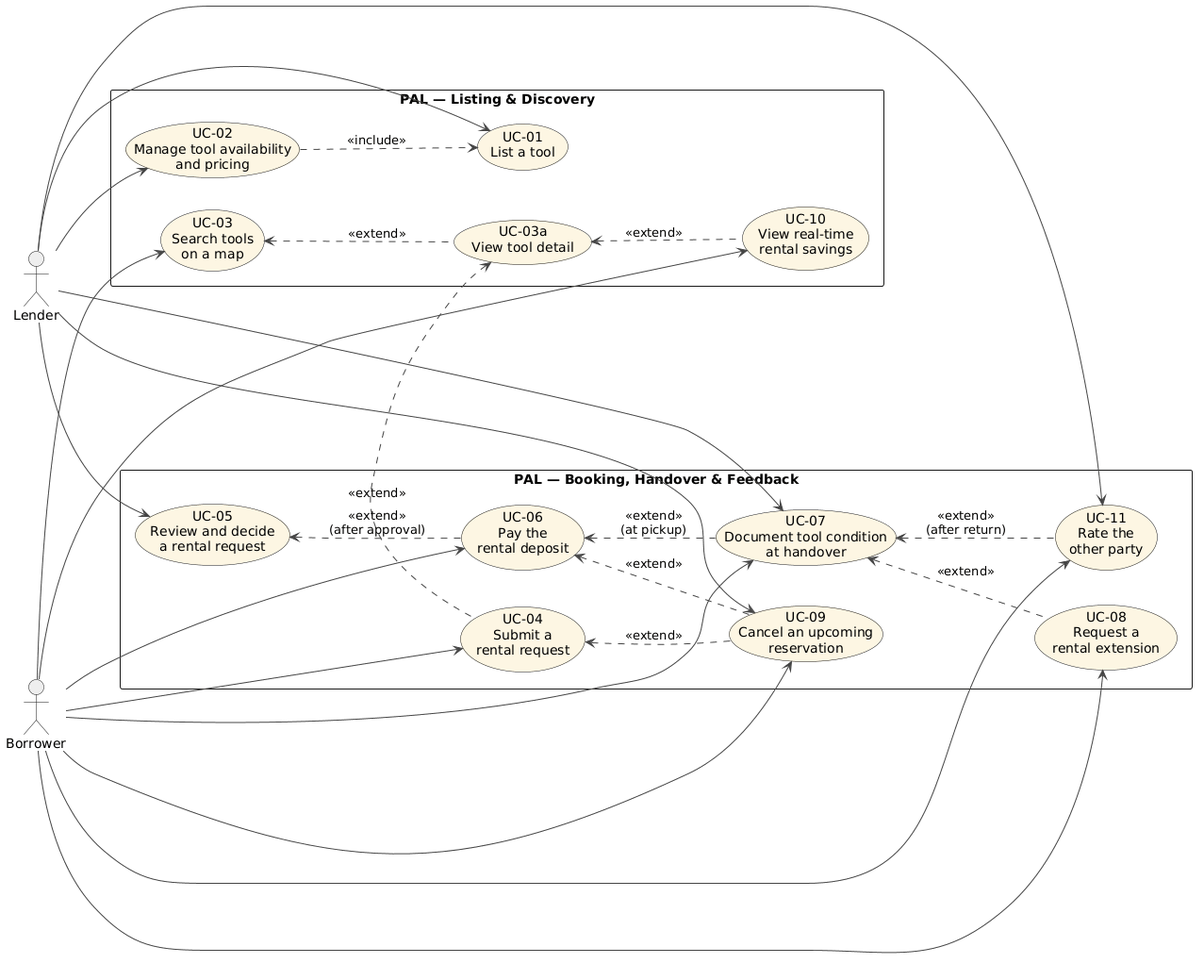
The PlantUML diagram Use_case_diagram.png in CaptainSp33dy7/PAL, before a commit.
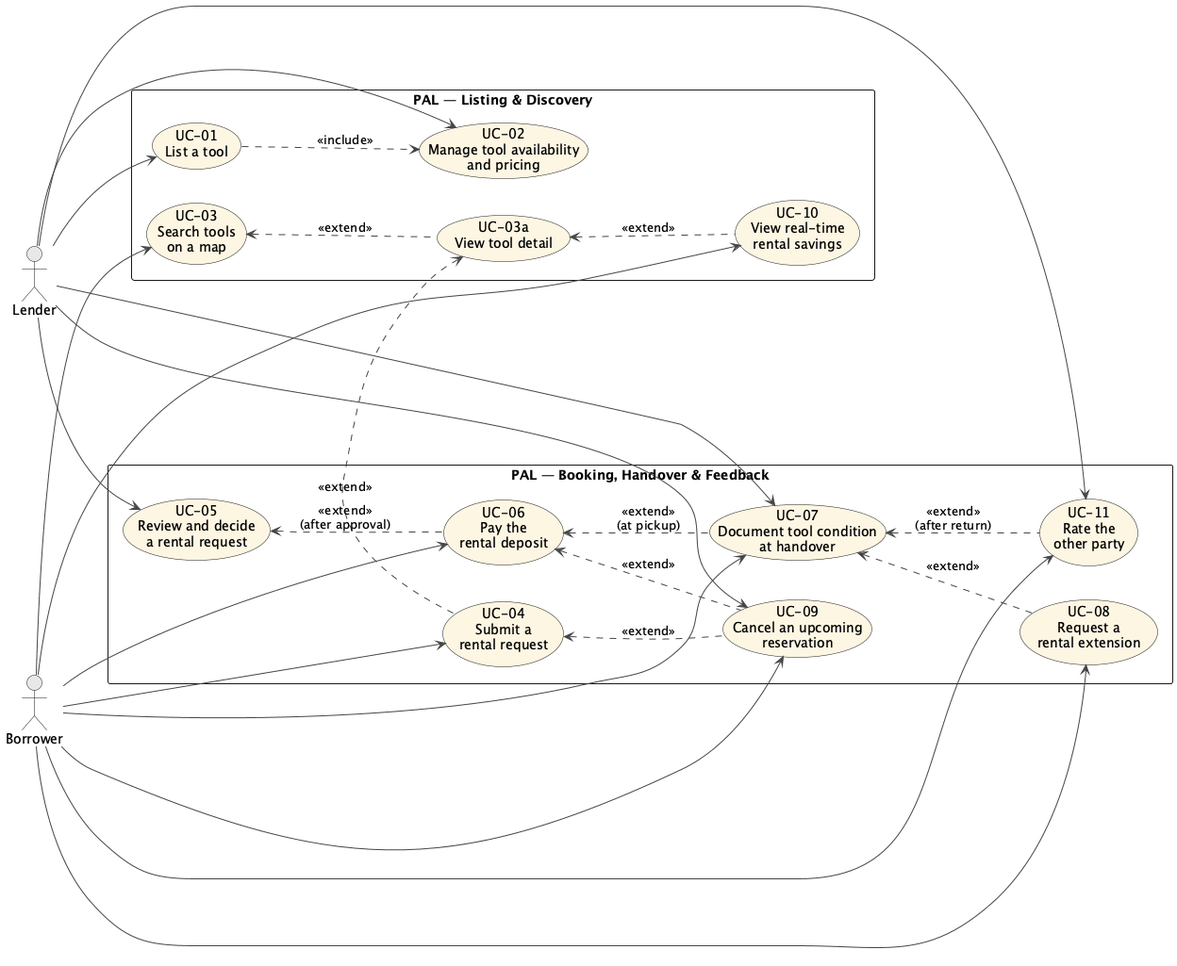
After the change.

Commit message:
Fix use case diagram naming

What changed in the source:
```diff
@@ -1,4 +1,4 @@
-@startuml
+@startuml PAL_UseCaseDiagram
 
 left to right direction
 skinparam packageStyle rectangle
@@ -45,7 +45,7 @@
 AC_B --> UC11
 
 
-UC02 ..> UC01 : <<include>>
+UC01 ..> UC02 : <<include>>
 
 UC03a .u.> UC03 : <<extend>>
 
@@ -62,4 +62,5 @@
 
 UC08 .u.> UC07 : <<extend>>
 UC11 .u.> UC07 : "<<extend>>\n(after return)"
+
 @enduml
```
